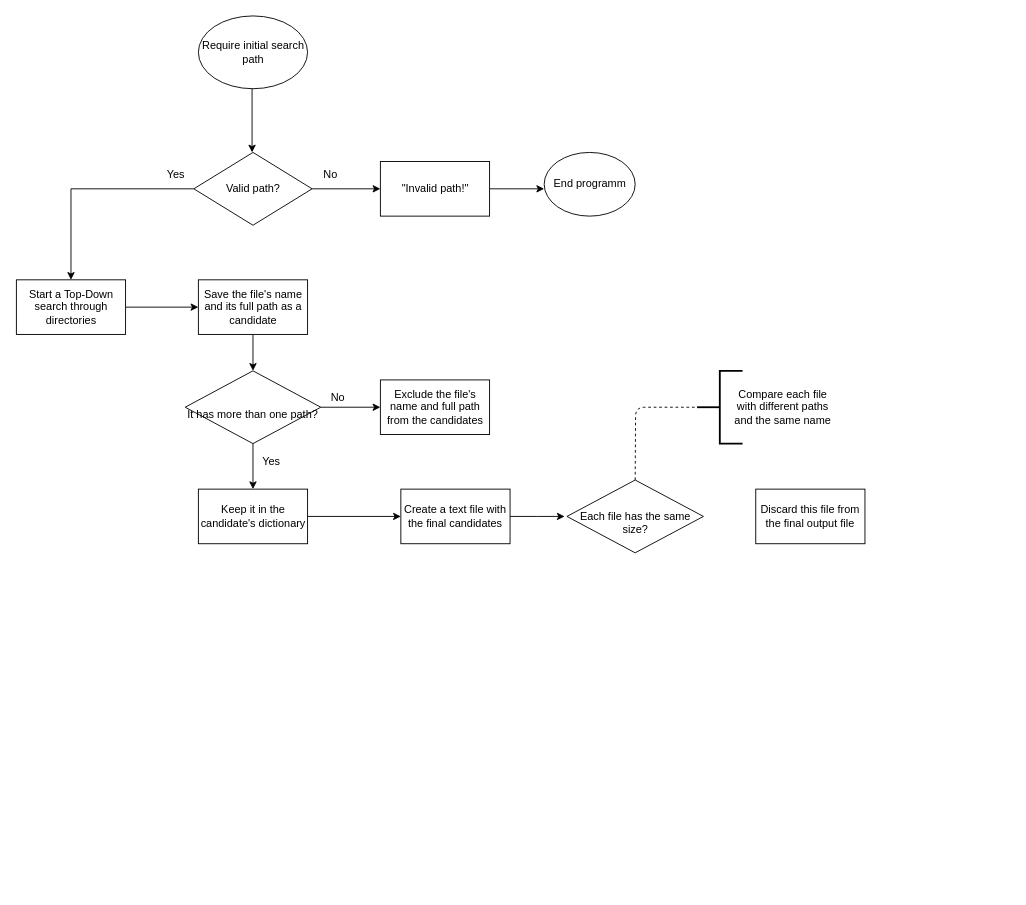
Before: Untitled Diagram.drawio in gustavomv/FindDuplicateFiles, a draw.io diagram. Source tidied: cells renumbered, new cells numbered last; positions are measured from the earlier drawing's top-left corner, leaving out a move shared by most shapes. Both pictures are drawn from the tidied source at 91%, with x=0, y=0 at pixel (16, 15).
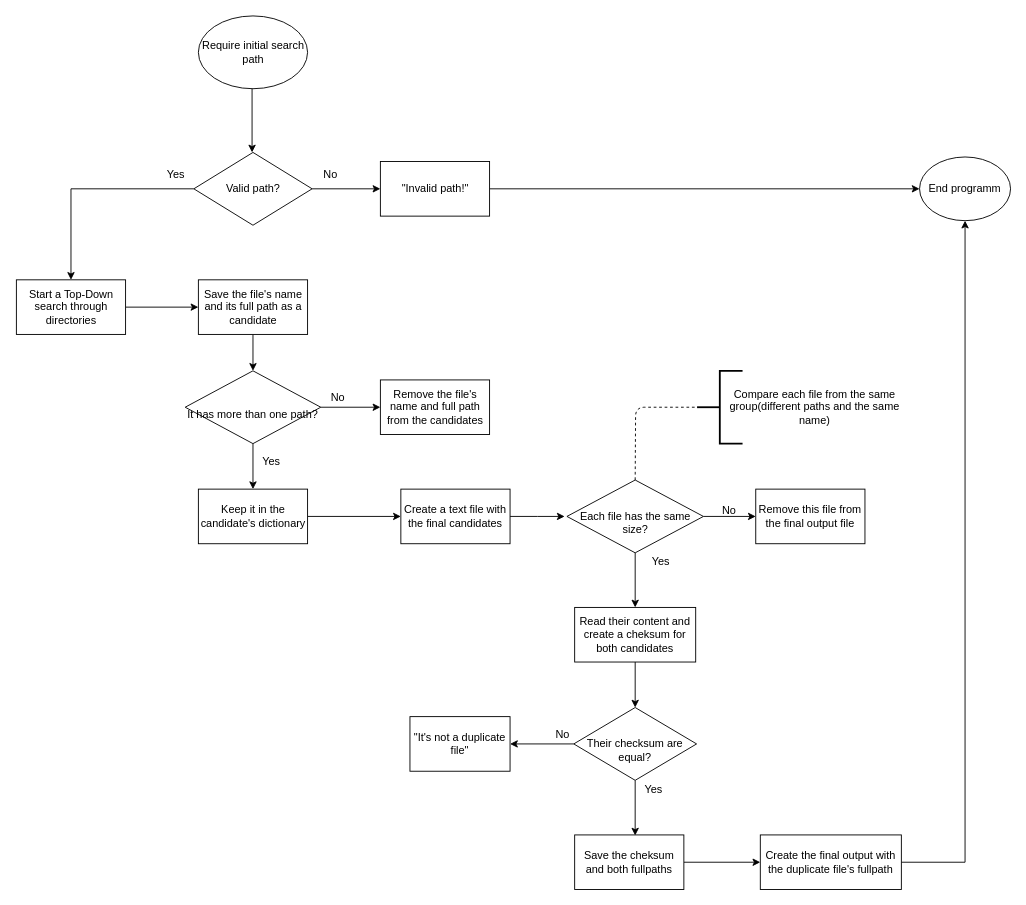
The same page after the edit.

The change refers to these unchanged cells:
```xml
<mxCell id="9" value="&quot;Invalid path!&quot;" style="rounded=0;whiteSpace=wrap;html=1;" parent="1" vertex="1">
  <mxGeometry x="399.5" y="160" width="120" height="60" as="geometry" />
</mxCell>
<mxCell id="25" value="&lt;br&gt;&lt;div&gt;Each file has the same size?&lt;/div&gt;" style="rhombus;whiteSpace=wrap;html=1;direction=east;" parent="1" vertex="1">
  <mxGeometry x="604.5" y="510" width="150" height="80" as="geometry" />
</mxCell>
```

The edit, as a diff of the source:
```diff
@@
-    <mxCell id="8" style="edgeStyle=orthogonalEdgeStyle;rounded=0;jettySize=auto;html=1;exitX=1;exitY=0.5;exitDx=0;exitDy=0;" parent="1" edge="1" source="9">
-      <mxGeometry relative="1" as="geometry">
-        <mxPoint x="579.5" y="190" as="targetPoint" />
-      </mxGeometry>
+    <mxCell id="8" style="edgeStyle=orthogonalEdgeStyle;rounded=0;jettySize=auto;html=1;exitX=1;exitY=0.5;exitDx=0;exitDy=0;entryX=0;entryY=0.5;entryDx=0;entryDy=0;" parent="1" edge="1" source="9" target="14">
+      <mxGeometry relative="1" as="geometry" />
     </mxCell>
@@
     <mxCell id="14" value="End programm" style="ellipse;whiteSpace=wrap;html=1;" parent="1" vertex="1">
-      <mxGeometry x="579.5" y="150" width="100" height="70" as="geometry" />
+      <mxGeometry x="992" y="155" width="100" height="70" as="geometry" />
     </mxCell>
@@
-    <mxCell id="20" value="Exclude the file's name and full path from the candidates" style="rounded=0;whiteSpace=wrap;html=1;" parent="1" vertex="1">
+    <mxCell id="20" value="Remove the file's name and full path from the candidates" style="rounded=0;whiteSpace=wrap;html=1;" parent="1" vertex="1">
       <mxGeometry x="399.5" y="400" width="120" height="60" as="geometry" />
     </mxCell>
@@
+    <mxCell id="31" style="edgeStyle=orthogonalEdgeStyle;rounded=0;jettySize=auto;html=1;exitX=1;exitY=0.5;exitDx=0;exitDy=0;entryX=0;entryY=0.5;entryDx=0;entryDy=0;" parent="1" edge="1" source="25" target="27">
+      <mxGeometry relative="1" as="geometry" />
+    </mxCell>
+    <mxCell id="32" style="edgeStyle=orthogonalEdgeStyle;rounded=0;jettySize=auto;html=1;exitX=0.5;exitY=1;exitDx=0;exitDy=0;" parent="1" edge="1" source="25" target="36">
+      <mxGeometry relative="1" as="geometry" />
+    </mxCell>
@@
-    <mxCell id="26" value="Compare each file with different paths and the same name" style="text;html=1;strokeColor=none;fillColor=none;align=center;verticalAlign=middle;whiteSpace=wrap;rounded=0;direction=east;" parent="1" vertex="1">
-      <mxGeometry x="782" y="400" width="120" height="60" as="geometry" />
+    <mxCell id="26" value="Compare each file from the same group(different paths and the same name)" style="text;html=1;strokeColor=none;fillColor=none;align=center;verticalAlign=middle;whiteSpace=wrap;rounded=0;direction=east;" parent="1" vertex="1">
+      <mxGeometry x="782" y="400" width="190" height="60" as="geometry" />
     </mxCell>
-    <mxCell id="27" value="Discard this file from the final output file" style="rounded=0;whiteSpace=wrap;html=1;direction=east;" parent="1" vertex="1">
+    <mxCell id="27" value="Remove this file from the final output file" style="rounded=0;whiteSpace=wrap;html=1;direction=east;" parent="1" vertex="1">
       <mxGeometry x="812" y="520" width="120" height="60" as="geometry" />
     </mxCell>
@@
+    <mxCell id="33" value="&lt;div&gt;No&lt;/div&gt;" style="text;html=1;strokeColor=none;fillColor=none;align=center;verticalAlign=middle;whiteSpace=wrap;rounded=0;" parent="1" vertex="1">
+      <mxGeometry x="579.5" y="780" width="40" height="20" as="geometry" />
+    </mxCell>
+    <mxCell id="34" value="&lt;div&gt;Yes&lt;/div&gt;" style="text;html=1;strokeColor=none;fillColor=none;align=center;verticalAlign=middle;whiteSpace=wrap;rounded=0;" parent="1" vertex="1">
+      <mxGeometry x="687.5" y="590" width="40" height="20" as="geometry" />
+    </mxCell>
+    <mxCell id="35" style="edgeStyle=orthogonalEdgeStyle;rounded=0;jettySize=auto;html=1;exitX=0.5;exitY=1;exitDx=0;exitDy=0;entryX=0.5;entryY=0;entryDx=0;entryDy=0;" parent="1" edge="1" source="36" target="39">
+      <mxGeometry relative="1" as="geometry" />
+    </mxCell>
+    <mxCell id="36" value="Read their content and create a cheksum for both candidates" style="rounded=0;whiteSpace=wrap;html=1;" parent="1" vertex="1">
+      <mxGeometry x="613" y="650" width="133" height="60" as="geometry" />
+    </mxCell>
+    <mxCell id="37" style="edgeStyle=orthogonalEdgeStyle;rounded=0;jettySize=auto;html=1;entryX=1;entryY=0.5;entryDx=0;entryDy=0;" parent="1" edge="1" source="39" target="40">
+      <mxGeometry relative="1" as="geometry" />
+    </mxCell>
+    <mxCell id="38" style="edgeStyle=orthogonalEdgeStyle;rounded=0;jettySize=auto;html=1;exitX=0.5;exitY=1;exitDx=0;exitDy=0;entryX=0.554;entryY=0.011;entryDx=0;entryDy=0;entryPerimeter=0;" parent="1" edge="1" source="39" target="43">
+      <mxGeometry relative="1" as="geometry" />
+    </mxCell>
+    <mxCell id="39" value="&lt;div&gt;&lt;br&gt;&lt;/div&gt;&lt;div&gt;Their checksum are equal?&lt;/div&gt;" style="rhombus;whiteSpace=wrap;html=1;" parent="1" vertex="1">
+      <mxGeometry x="612" y="760" width="135" height="80" as="geometry" />
+    </mxCell>
+    <mxCell id="40" value="&quot;It's not a duplicate file&quot;" style="rounded=0;whiteSpace=wrap;html=1;" parent="1" vertex="1">
+      <mxGeometry x="432" y="770" width="110" height="60" as="geometry" />
+    </mxCell>
+    <mxCell id="41" value="&lt;div&gt;No&lt;/div&gt;" style="text;html=1;strokeColor=none;fillColor=none;align=center;verticalAlign=middle;whiteSpace=wrap;rounded=0;" parent="1" vertex="1">
+      <mxGeometry x="762.5" y="534" width="40" height="20" as="geometry" />
+    </mxCell>
+    <mxCell id="42" style="edgeStyle=orthogonalEdgeStyle;rounded=0;jettySize=auto;html=1;exitX=1;exitY=0.5;exitDx=0;exitDy=0;" parent="1" edge="1" source="43" target="46">
+      <mxGeometry relative="1" as="geometry" />
+    </mxCell>
+    <mxCell id="43" value="Save the cheksum and both fullpaths" style="rounded=0;whiteSpace=wrap;html=1;" parent="1" vertex="1">
+      <mxGeometry x="613" y="900" width="120" height="60" as="geometry" />
+    </mxCell>
+    <mxCell id="44" value="&lt;div&gt;Yes&lt;/div&gt;" style="text;html=1;strokeColor=none;fillColor=none;align=center;verticalAlign=middle;whiteSpace=wrap;rounded=0;" parent="1" vertex="1">
+      <mxGeometry x="679.5" y="840" width="40" height="20" as="geometry" />
+    </mxCell>
+    <mxCell id="45" style="edgeStyle=orthogonalEdgeStyle;rounded=0;jettySize=auto;html=1;entryX=0.5;entryY=1;entryDx=0;entryDy=0;" parent="1" edge="1" source="46" target="14">
+      <mxGeometry relative="1" as="geometry" />
+    </mxCell>
+    <mxCell id="46" value="Create the final output with the duplicate file's fullpath" style="rounded=0;whiteSpace=wrap;html=1;" parent="1" vertex="1">
+      <mxGeometry x="817" y="900" width="155" height="60" as="geometry" />
+    </mxCell>
```
